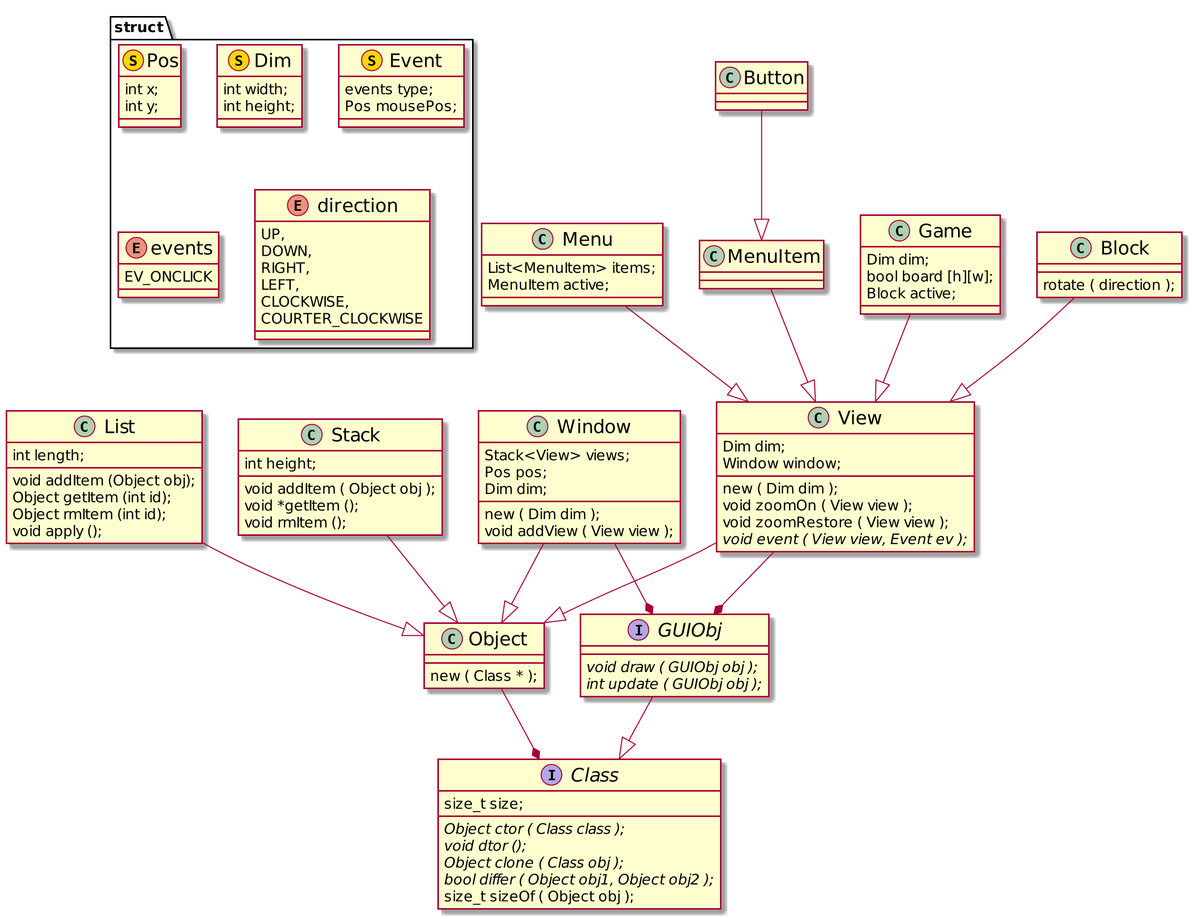
Earlier version of the PlantUML export docs/classes.png (binary-b/c-tetris).
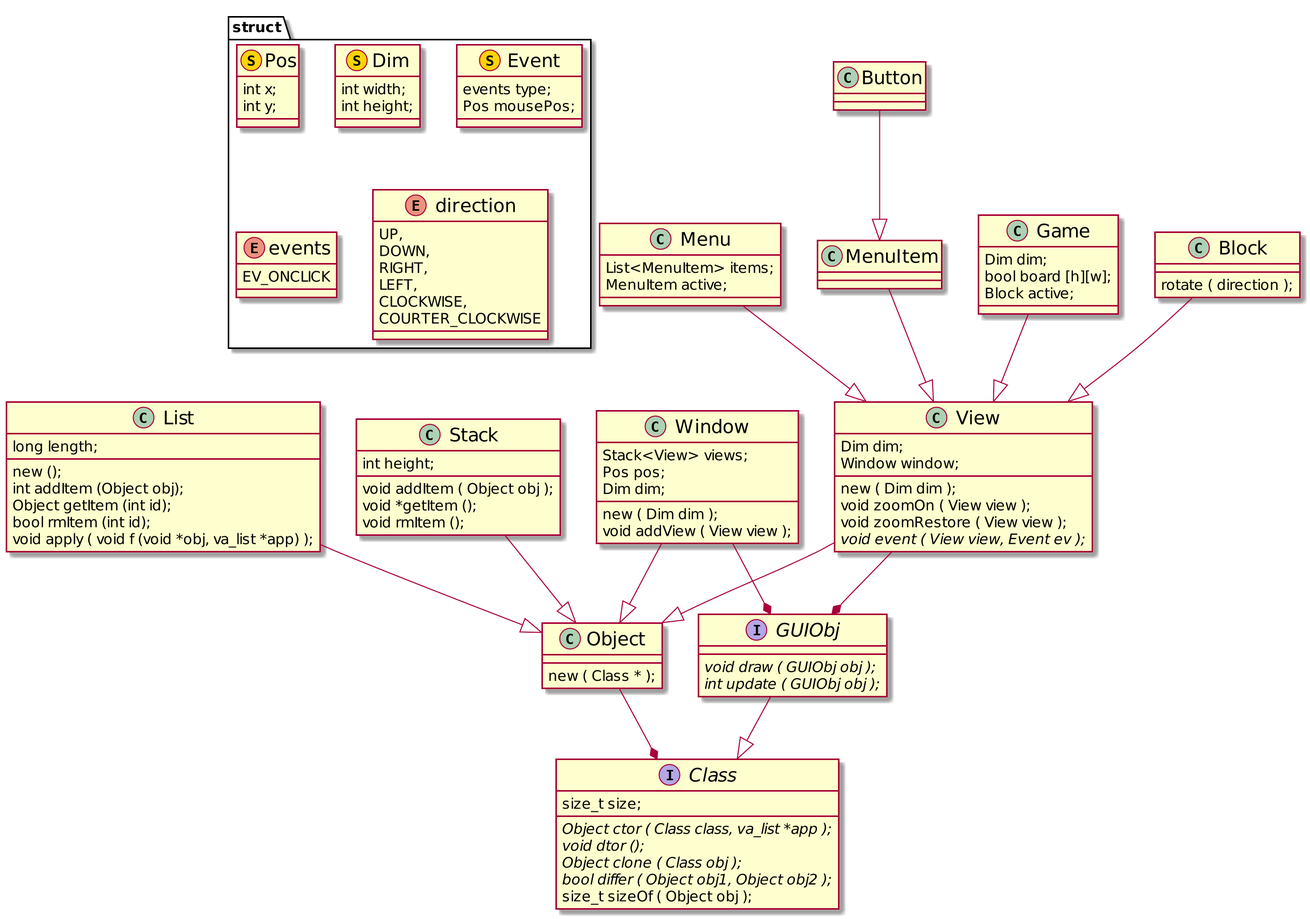
After the change.

What changed in the source:
```diff
@@ -32,7 +32,7 @@
 }
 interface Class {
 	size_t size;
-	{abstract} Object ctor ( Class class );
+	{abstract} Object ctor ( Class class, va_list *app );
 	{abstract} void dtor ();
 	{abstract} Object clone ( Class obj );
 	{abstract} bool differ ( Object obj1, Object obj2 );
@@ -43,11 +43,12 @@
 	new ( Class * );
 }
 class List {
-	int length;
-	void addItem (Object obj);
+	long length;
+	new ();
+	int addItem (Object obj);
 	Object getItem (int id);
-	Object rmItem (int id);
-	void apply ();
+	bool rmItem (int id);
+	void apply ( void f (void *obj, va_list *app) );
 }
 class Stack {
 	int height;
```
